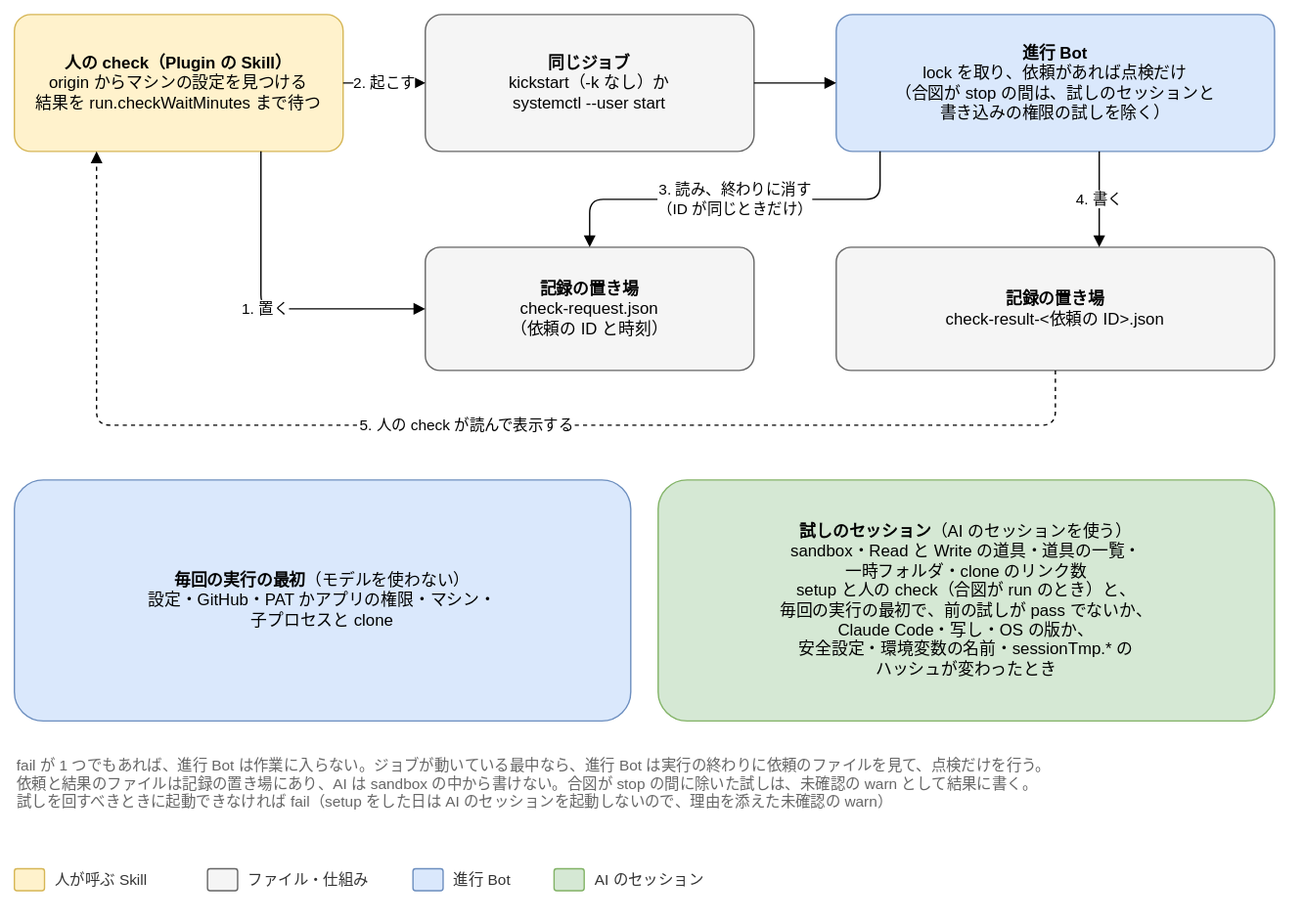
Joymerrevent/dev-autopilot keeps this draw.io diagram as docs/design/basic/diagrams/04-check.drawio.svg. Above is the earlier version. Source tidied: cells renumbered, new cells last; positions are measured from the earlier drawing's top-left corner, leaving out a move shared by most shapes.
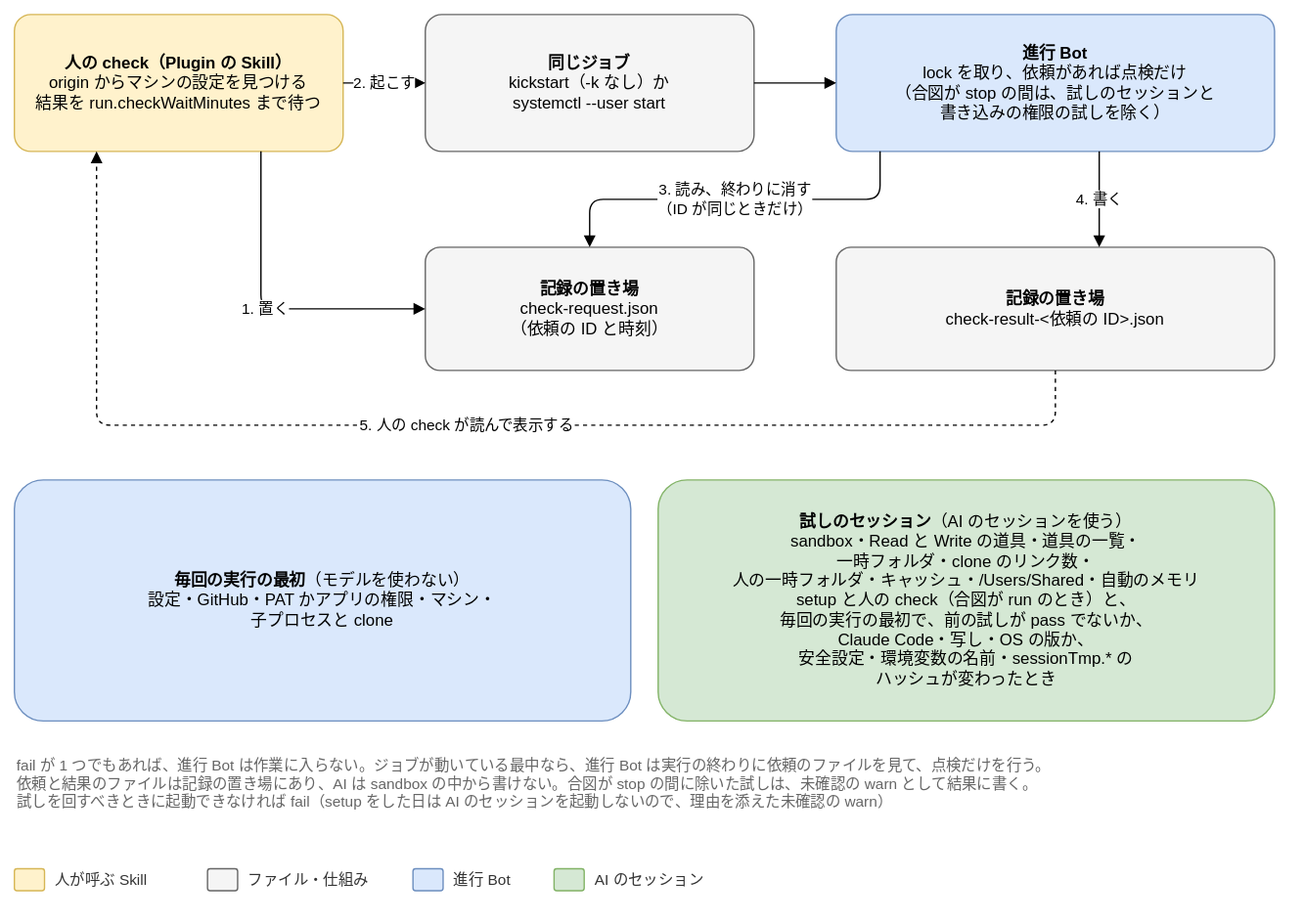
Later version of the same file.

The edit, as a diff of the source:
```diff
@@ -48,7 +48,7 @@
     <mxCell id="13" value="&lt;b&gt;毎回の実行の最初&lt;/b&gt;（モデルを使わない）&lt;br&gt;設定・GitHub・PAT かアプリの権限・マシン・&lt;br&gt;子プロセスと clone" style="rounded=1;whiteSpace=wrap;html=1;fontSize=12;arcSize=12;spacing=12;fillColor=#dae8fc;strokeColor=#6c8ebf;" parent="1" vertex="1">
       <mxGeometry y="340" width="450" height="176" as="geometry" />
     </mxCell>
-    <mxCell id="14" value="&lt;b&gt;試しのセッション&lt;/b&gt;（AI のセッションを使う）&lt;br&gt;sandbox・Read と Write の道具・道具の一覧・&lt;br&gt;一時フォルダ・clone のリンク数&lt;br&gt;setup と人の check（合図が run のとき）と、&lt;br&gt;毎回の実行の最初で、前の試しが pass でないか、&lt;br&gt;Claude Code・写し・OS の版か、&lt;br&gt;安全設定・環境変数の名前・sessionTmp.* の&lt;br&gt;ハッシュが変わったとき" style="rounded=1;whiteSpace=wrap;html=1;fontSize=12;arcSize=12;spacing=12;fillColor=#d5e8d4;strokeColor=#82b366;" parent="1" vertex="1">
+    <mxCell id="14" value="&lt;b&gt;試しのセッション&lt;/b&gt;（AI のセッションを使う）&lt;br&gt;sandbox・Read と Write の道具・道具の一覧・&lt;br&gt;一時フォルダ・clone のリンク数・&lt;br&gt;人の一時フォルダ・キャッシュ・/Users/Shared・自動のメモリ&lt;br&gt;setup と人の check（合図が run のとき）と、&lt;br&gt;毎回の実行の最初で、前の試しが pass でないか、&lt;br&gt;Claude Code・写し・OS の版か、&lt;br&gt;安全設定・環境変数の名前・sessionTmp.* の&lt;br&gt;ハッシュが変わったとき" style="rounded=1;whiteSpace=wrap;html=1;fontSize=12;arcSize=12;spacing=12;fillColor=#d5e8d4;strokeColor=#82b366;" parent="1" vertex="1">
       <mxGeometry x="470" y="340" width="450" height="176" as="geometry" />
     </mxCell>
     <mxCell id="15" value="fail が 1 つでもあれば、進行 Bot は作業に入らない。ジョブが動いている最中なら、進行 Bot は実行の終わりに依頼のファイルを見て、点検だけを行う。&lt;br&gt;依頼と結果のファイルは記録の置き場にあり、AI は sandbox の中から書けない。合図が stop の間に除いた試しは、未確認の warn として結果に書く。&lt;br&gt;試しを回すべきときに起動できなければ fail（setup をした日は AI のセッションを起動しないので、理由を添えた未確認の warn）" style="text;html=1;whiteSpace=wrap;align=left;verticalAlign=top;fontSize=11;fontColor=#666666;" parent="1" vertex="1">
```
